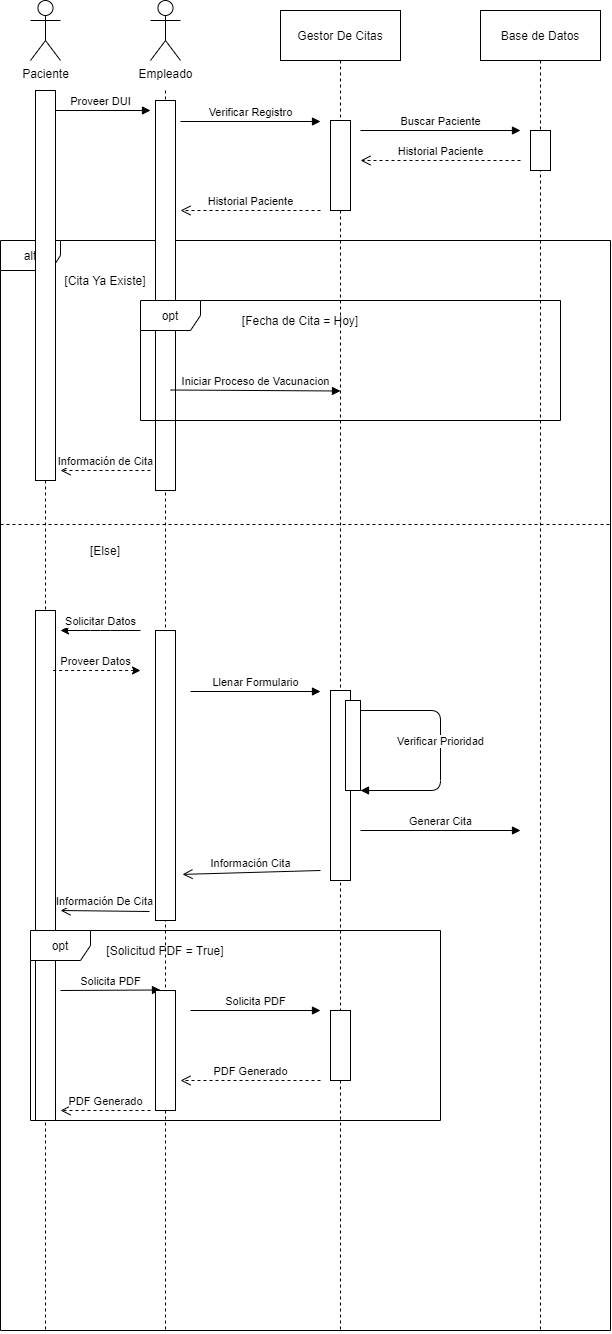
This is Diagramas/UML_Secuencias_AgendarPrimeraCita.png from Peraza32/ProyectoFinal_BDD_POO, a draw.io export, as it was before one commit. Source tidied: cells renumbered, new cells last; positions are measured from the earlier drawing's top-left corner, leaving out a move shared by most shapes.
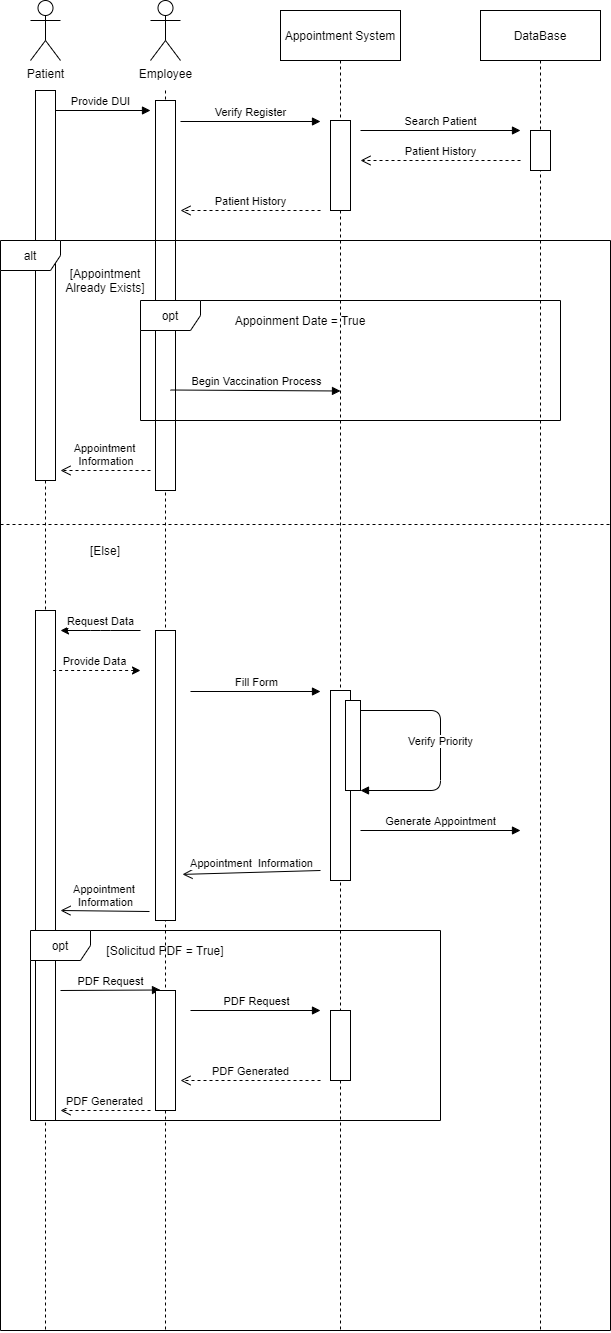
The same diagram one commit later.

What changed in the source:
```diff
@@ -2,203 +2,203 @@
   <root>
     <mxCell id="0" />
     <mxCell id="1" parent="0" />
-    <mxCell id="2" value="alt" style="shape=umlFrame;whiteSpace=wrap;html=1;" parent="1" vertex="1">
-      <mxGeometry y="240" width="610" height="1090" as="geometry" />
+    <mxCell id="2" style="edgeStyle=orthogonalEdgeStyle;rounded=0;orthogonalLoop=1;jettySize=auto;html=1;dashed=1;endArrow=none;endFill=0;" parent="1" edge="1">
+      <mxGeometry relative="1" as="geometry">
+        <mxPoint x="165" y="90" as="sourcePoint" />
+        <mxPoint x="165" y="1330" as="targetPoint" />
+        <Array as="points">
+          <mxPoint x="165" y="1320" />
+        </Array>
+      </mxGeometry>
     </mxCell>
-    <mxCell id="3" style="edgeStyle=orthogonalEdgeStyle;rounded=0;orthogonalLoop=1;jettySize=auto;html=1;dashed=1;endArrow=none;endFill=0;" parent="1" edge="1">
-      <mxGeometry relative="1" as="geometry">
-        <mxPoint x="165" y="90" as="sourcePoint" />
-        <mxPoint x="165" y="1330" as="targetPoint" />
-        <Array as="points">
-          <mxPoint x="165" y="1320" />
-        </Array>
-      </mxGeometry>
+    <mxCell id="3" style="rounded=0;whiteSpace=wrap;html=1;" parent="1" vertex="1">
+      <mxGeometry x="155" y="100" width="20" height="390" as="geometry" />
     </mxCell>
-    <mxCell id="4" style="rounded=0;whiteSpace=wrap;html=1;" parent="1" vertex="1">
-      <mxGeometry x="155" y="100" width="20" height="390" as="geometry" />
+    <mxCell id="4" style="edgeStyle=orthogonalEdgeStyle;rounded=0;orthogonalLoop=1;jettySize=auto;html=1;dashed=1;endArrow=none;endFill=0;" parent="1" edge="1">
+      <mxGeometry relative="1" as="geometry">
+        <mxPoint x="45" y="90" as="sourcePoint" />
+        <mxPoint x="45" y="1330" as="targetPoint" />
+        <Array as="points">
+          <mxPoint x="45" y="130" />
+          <mxPoint x="45" y="130" />
+        </Array>
+      </mxGeometry>
     </mxCell>
-    <mxCell id="5" style="edgeStyle=orthogonalEdgeStyle;rounded=0;orthogonalLoop=1;jettySize=auto;html=1;dashed=1;endArrow=none;endFill=0;" parent="1" edge="1">
-      <mxGeometry relative="1" as="geometry">
-        <mxPoint x="45" y="90" as="sourcePoint" />
-        <mxPoint x="45" y="1330" as="targetPoint" />
-        <Array as="points">
-          <mxPoint x="45" y="130" />
-          <mxPoint x="45" y="130" />
-        </Array>
-      </mxGeometry>
+    <mxCell id="5" style="rounded=0;whiteSpace=wrap;html=1;" parent="1" vertex="1">
+      <mxGeometry x="35" y="610" width="20" height="510" as="geometry" />
     </mxCell>
-    <mxCell id="6" style="rounded=0;whiteSpace=wrap;html=1;" parent="1" vertex="1">
-      <mxGeometry x="35" y="610" width="20" height="510" as="geometry" />
+    <mxCell id="6" value="opt" style="shape=umlFrame;whiteSpace=wrap;html=1;" parent="1" vertex="1">
+      <mxGeometry x="30" y="930" width="410" height="190" as="geometry" />
     </mxCell>
-    <mxCell id="7" value="opt" style="shape=umlFrame;whiteSpace=wrap;html=1;" parent="1" vertex="1">
-      <mxGeometry x="30" y="930" width="410" height="190" as="geometry" />
+    <mxCell id="7" value="Patient" style="shape=umlActor;verticalLabelPosition=bottom;verticalAlign=top;html=1;" parent="1" vertex="1">
+      <mxGeometry x="30" width="30" height="60" as="geometry" />
     </mxCell>
-    <mxCell id="8" value="Paciente" style="shape=umlActor;verticalLabelPosition=bottom;verticalAlign=top;html=1;" parent="1" vertex="1">
-      <mxGeometry x="30" width="30" height="60" as="geometry" />
+    <mxCell id="8" value="Appointment System" style="shape=umlLifeline;perimeter=lifelinePerimeter;whiteSpace=wrap;html=1;size=50;" parent="1" vertex="1">
+      <mxGeometry x="280" y="10" width="120" height="1320" as="geometry" />
     </mxCell>
-    <mxCell id="9" value="Gestor De Citas" style="shape=umlLifeline;perimeter=lifelinePerimeter;whiteSpace=wrap;html=1;size=50;" parent="1" vertex="1">
-      <mxGeometry x="280" y="10" width="120" height="1320" as="geometry" />
+    <mxCell id="9" value="Search Patient" style="html=1;verticalAlign=bottom;endArrow=block;" parent="8" edge="1">
+      <mxGeometry relative="1" as="geometry">
+        <mxPoint x="80" y="120" as="sourcePoint" />
+        <mxPoint x="240" y="120" as="targetPoint" />
+      </mxGeometry>
     </mxCell>
-    <mxCell id="10" value="Buscar Paciente" style="html=1;verticalAlign=bottom;endArrow=block;" parent="9" edge="1">
-      <mxGeometry relative="1" as="geometry">
-        <mxPoint x="80" y="120" as="sourcePoint" />
-        <mxPoint x="240" y="120" as="targetPoint" />
-      </mxGeometry>
+    <mxCell id="10" value="Employee" style="shape=umlActor;verticalLabelPosition=bottom;verticalAlign=top;html=1;" parent="1" vertex="1">
+      <mxGeometry x="150" width="30" height="60" as="geometry" />
     </mxCell>
-    <mxCell id="11" value="Empleado" style="shape=umlActor;verticalLabelPosition=bottom;verticalAlign=top;html=1;" parent="1" vertex="1">
-      <mxGeometry x="150" width="30" height="60" as="geometry" />
+    <mxCell id="11" value="DataBase" style="shape=umlLifeline;perimeter=lifelinePerimeter;whiteSpace=wrap;html=1;size=50;" parent="1" vertex="1">
+      <mxGeometry x="480" y="10" width="120" height="1320" as="geometry" />
     </mxCell>
-    <mxCell id="12" value="Base de Datos" style="shape=umlLifeline;perimeter=lifelinePerimeter;whiteSpace=wrap;html=1;size=50;" parent="1" vertex="1">
-      <mxGeometry x="480" y="10" width="120" height="1320" as="geometry" />
+    <mxCell id="12" value="Provide DUI" style="html=1;verticalAlign=bottom;endArrow=block;" parent="1" edge="1">
+      <mxGeometry relative="1" as="geometry">
+        <mxPoint x="50" y="110" as="sourcePoint" />
+        <mxPoint x="150" y="110" as="targetPoint" />
+      </mxGeometry>
     </mxCell>
-    <mxCell id="13" value="Proveer DUI" style="html=1;verticalAlign=bottom;endArrow=block;" parent="1" edge="1">
+    <mxCell id="13" value="Verify Register" style="html=1;verticalAlign=bottom;endArrow=block;" parent="1" edge="1">
       <mxGeometry relative="1" as="geometry">
-        <mxPoint x="50" y="110" as="sourcePoint" />
-        <mxPoint x="150" y="110" as="targetPoint" />
+        <mxPoint x="180" y="121" as="sourcePoint" />
+        <mxPoint x="320" y="121" as="targetPoint" />
       </mxGeometry>
     </mxCell>
-    <mxCell id="14" value="Verificar Registro" style="html=1;verticalAlign=bottom;endArrow=block;" parent="1" edge="1">
+    <mxCell id="14" value="Patient History" style="html=1;verticalAlign=bottom;endArrow=open;dashed=1;endSize=8;" parent="1" edge="1">
       <mxGeometry relative="1" as="geometry">
-        <mxPoint x="180" y="121" as="sourcePoint" />
-        <mxPoint x="320" y="121" as="targetPoint" />
+        <mxPoint x="520" y="160" as="sourcePoint" />
+        <mxPoint x="360" y="160" as="targetPoint" />
       </mxGeometry>
     </mxCell>
-    <mxCell id="15" value="Historial Paciente" style="html=1;verticalAlign=bottom;endArrow=open;dashed=1;endSize=8;" parent="1" edge="1">
+    <mxCell id="15" value="Patient History" style="html=1;verticalAlign=bottom;endArrow=open;dashed=1;endSize=8;" parent="1" edge="1">
       <mxGeometry relative="1" as="geometry">
-        <mxPoint x="520" y="160" as="sourcePoint" />
-        <mxPoint x="360" y="160" as="targetPoint" />
+        <mxPoint x="320" y="210" as="sourcePoint" />
+        <mxPoint x="180" y="210" as="targetPoint" />
       </mxGeometry>
     </mxCell>
-    <mxCell id="16" value="Historial Paciente" style="html=1;verticalAlign=bottom;endArrow=open;dashed=1;endSize=8;" parent="1" edge="1">
-      <mxGeometry relative="1" as="geometry">
-        <mxPoint x="320" y="210" as="sourcePoint" />
-        <mxPoint x="180" y="210" as="targetPoint" />
-      </mxGeometry>
+    <mxCell id="16" value="[Appointment Already Exists]" style="text;html=1;strokeColor=none;fillColor=none;align=center;verticalAlign=middle;whiteSpace=wrap;rounded=0;" parent="1" vertex="1">
+      <mxGeometry x="50" y="270" width="110" height="20" as="geometry" />
     </mxCell>
-    <mxCell id="17" value="[Cita Ya Existe]" style="text;html=1;strokeColor=none;fillColor=none;align=center;verticalAlign=middle;whiteSpace=wrap;rounded=0;" parent="1" vertex="1">
-      <mxGeometry x="50" y="270" width="110" height="20" as="geometry" />
+    <mxCell id="17" value="opt" style="shape=umlFrame;whiteSpace=wrap;html=1;" parent="1" vertex="1">
+      <mxGeometry x="140" y="300" width="420" height="120" as="geometry" />
     </mxCell>
-    <mxCell id="18" value="opt" style="shape=umlFrame;whiteSpace=wrap;html=1;" parent="1" vertex="1">
-      <mxGeometry x="140" y="300" width="420" height="120" as="geometry" />
+    <mxCell id="18" value="Appoinment Date = True" style="text;html=1;strokeColor=none;fillColor=none;align=center;verticalAlign=middle;whiteSpace=wrap;rounded=0;" parent="1" vertex="1">
+      <mxGeometry x="230" y="310" width="140" height="20" as="geometry" />
     </mxCell>
-    <mxCell id="19" value="[Fecha de Cita = Hoy]" style="text;html=1;strokeColor=none;fillColor=none;align=center;verticalAlign=middle;whiteSpace=wrap;rounded=0;" parent="1" vertex="1">
-      <mxGeometry x="230" y="310" width="140" height="20" as="geometry" />
+    <mxCell id="19" value="Begin Vaccination Process" style="html=1;verticalAlign=bottom;endArrow=block;" parent="1" edge="1">
+      <mxGeometry relative="1" as="geometry">
+        <mxPoint x="170" y="389.5" as="sourcePoint" />
+        <mxPoint x="340" y="390.5" as="targetPoint" />
+      </mxGeometry>
     </mxCell>
-    <mxCell id="20" value="Iniciar Proceso de Vacunacion" style="html=1;verticalAlign=bottom;endArrow=block;" parent="1" edge="1">
+    <mxCell id="20" value="Appointment&lt;br&gt;&amp;nbsp;Information" style="html=1;verticalAlign=bottom;endArrow=open;dashed=1;endSize=8;" parent="1" edge="1">
       <mxGeometry relative="1" as="geometry">
-        <mxPoint x="170" y="389.5" as="sourcePoint" />
-        <mxPoint x="340" y="390.5" as="targetPoint" />
+        <mxPoint x="150" y="470" as="sourcePoint" />
+        <mxPoint x="60" y="470" as="targetPoint" />
       </mxGeometry>
     </mxCell>
-    <mxCell id="21" value="Información de Cita" style="html=1;verticalAlign=bottom;endArrow=open;dashed=1;endSize=8;" parent="1" edge="1">
-      <mxGeometry relative="1" as="geometry">
-        <mxPoint x="150" y="470" as="sourcePoint" />
-        <mxPoint x="60" y="470" as="targetPoint" />
-      </mxGeometry>
+    <mxCell id="21" style="line;strokeWidth=1;fillColor=none;align=left;verticalAlign=middle;spacingTop=-1;spacingLeft=3;spacingRight=3;labelPosition=right;dashed=1;" parent="1" vertex="1">
+      <mxGeometry y="520" width="610" height="8" as="geometry" />
     </mxCell>
-    <mxCell id="22" style="line;strokeWidth=1;fillColor=none;align=left;verticalAlign=middle;spacingTop=-1;spacingLeft=3;spacingRight=3;labelPosition=right;dashed=1;" parent="1" vertex="1">
-      <mxGeometry y="520" width="610" height="8" as="geometry" />
+    <mxCell id="22" value="[Else]" style="text;html=1;strokeColor=none;fillColor=none;align=center;verticalAlign=middle;whiteSpace=wrap;rounded=0;" parent="1" vertex="1">
+      <mxGeometry x="50" y="540" width="110" height="20" as="geometry" />
     </mxCell>
-    <mxCell id="23" value="[Else]" style="text;html=1;strokeColor=none;fillColor=none;align=center;verticalAlign=middle;whiteSpace=wrap;rounded=0;" parent="1" vertex="1">
-      <mxGeometry x="50" y="540" width="110" height="20" as="geometry" />
+    <mxCell id="23" value="Request Data" style="html=1;verticalAlign=bottom;endArrow=none;startArrow=classic;startFill=1;endFill=0;" parent="1" edge="1">
+      <mxGeometry relative="1" as="geometry">
+        <mxPoint x="60" y="630" as="sourcePoint" />
+        <mxPoint x="140" y="630" as="targetPoint" />
+        <Array as="points">
+          <mxPoint x="100" y="630" />
+        </Array>
+      </mxGeometry>
     </mxCell>
-    <mxCell id="24" value="Solicitar Datos" style="html=1;verticalAlign=bottom;endArrow=none;startArrow=classic;startFill=1;endFill=0;" parent="1" edge="1">
+    <mxCell id="24" value="Provide Data" style="html=1;verticalAlign=bottom;endArrow=none;dashed=1;endSize=8;startArrow=classic;startFill=1;endFill=0;" parent="1" edge="1">
       <mxGeometry relative="1" as="geometry">
-        <mxPoint x="60" y="630" as="sourcePoint" />
-        <mxPoint x="140" y="630" as="targetPoint" />
-        <Array as="points">
-          <mxPoint x="100" y="630" />
-        </Array>
+        <mxPoint x="140" y="670" as="sourcePoint" />
+        <mxPoint x="50" y="670" as="targetPoint" />
       </mxGeometry>
     </mxCell>
-    <mxCell id="25" value="Proveer Datos" style="html=1;verticalAlign=bottom;endArrow=none;dashed=1;endSize=8;startArrow=classic;startFill=1;endFill=0;" parent="1" edge="1">
+    <mxCell id="25" value="Fill Form" style="html=1;verticalAlign=bottom;endArrow=block;" parent="1" edge="1">
       <mxGeometry relative="1" as="geometry">
-        <mxPoint x="140" y="670" as="sourcePoint" />
-        <mxPoint x="50" y="670" as="targetPoint" />
+        <mxPoint x="190" y="691" as="sourcePoint" />
+        <mxPoint x="320" y="691" as="targetPoint" />
       </mxGeometry>
     </mxCell>
-    <mxCell id="26" value="Llenar Formulario" style="html=1;verticalAlign=bottom;endArrow=block;" parent="1" edge="1">
+    <mxCell id="26" value="Verify Priority" style="html=1;verticalAlign=bottom;endArrow=block;" parent="1" edge="1">
       <mxGeometry relative="1" as="geometry">
-        <mxPoint x="190" y="691" as="sourcePoint" />
-        <mxPoint x="320" y="691" as="targetPoint" />
+        <mxPoint x="360" y="710" as="sourcePoint" />
+        <mxPoint x="360" y="790" as="targetPoint" />
+        <Array as="points">
+          <mxPoint x="440" y="710" />
+          <mxPoint x="440" y="790" />
+        </Array>
       </mxGeometry>
     </mxCell>
-    <mxCell id="27" value="Verificar Prioridad" style="html=1;verticalAlign=bottom;endArrow=block;" parent="1" edge="1">
+    <mxCell id="27" value="Generate Appointment" style="html=1;verticalAlign=bottom;endArrow=block;" parent="1" edge="1">
       <mxGeometry relative="1" as="geometry">
-        <mxPoint x="360" y="710" as="sourcePoint" />
-        <mxPoint x="360" y="790" as="targetPoint" />
-        <Array as="points">
-          <mxPoint x="440" y="710" />
-          <mxPoint x="440" y="790" />
-        </Array>
+        <mxPoint x="360" y="830" as="sourcePoint" />
+        <mxPoint x="520" y="830" as="targetPoint" />
       </mxGeometry>
     </mxCell>
-    <mxCell id="28" value="Generar Cita" style="html=1;verticalAlign=bottom;endArrow=block;" parent="1" edge="1">
+    <mxCell id="28" value="Appointment&amp;nbsp; Information" style="html=1;verticalAlign=bottom;endArrow=open;endSize=8;entryX=1.35;entryY=0.841;entryDx=0;entryDy=0;entryPerimeter=0;" parent="1" edge="1" target="38">
       <mxGeometry relative="1" as="geometry">
-        <mxPoint x="360" y="830" as="sourcePoint" />
-        <mxPoint x="520" y="830" as="targetPoint" />
+        <mxPoint x="320" y="870" as="sourcePoint" />
       </mxGeometry>
     </mxCell>
-    <mxCell id="29" value="Información Cita" style="html=1;verticalAlign=bottom;endArrow=open;endSize=8;entryX=1.35;entryY=0.841;entryDx=0;entryDy=0;entryPerimeter=0;" parent="1" edge="1" target="39">
+    <mxCell id="29" value="Appointment &lt;br&gt;Information" style="html=1;verticalAlign=bottom;endArrow=open;endSize=8;exitX=-0.3;exitY=0.969;exitDx=0;exitDy=0;exitPerimeter=0;" parent="1" edge="1" source="38">
       <mxGeometry relative="1" as="geometry">
-        <mxPoint x="320" y="870" as="sourcePoint" />
+        <mxPoint x="60" y="910" as="targetPoint" />
       </mxGeometry>
     </mxCell>
-    <mxCell id="30" value="Información De Cita" style="html=1;verticalAlign=bottom;endArrow=open;endSize=8;exitX=-0.3;exitY=0.969;exitDx=0;exitDy=0;exitPerimeter=0;" parent="1" edge="1" source="39">
-      <mxGeometry relative="1" as="geometry">
-        <mxPoint x="60" y="910" as="targetPoint" />
-      </mxGeometry>
+    <mxCell id="30" value="[Solicitud PDF = True]" style="text;html=1;strokeColor=none;fillColor=none;align=center;verticalAlign=middle;whiteSpace=wrap;rounded=0;" parent="1" vertex="1">
+      <mxGeometry x="95" y="940" width="140" height="20" as="geometry" />
     </mxCell>
-    <mxCell id="31" value="[Solicitud PDF = True]" style="text;html=1;strokeColor=none;fillColor=none;align=center;verticalAlign=middle;whiteSpace=wrap;rounded=0;" parent="1" vertex="1">
-      <mxGeometry x="95" y="940" width="140" height="20" as="geometry" />
+    <mxCell id="31" value="PDF Request" style="html=1;verticalAlign=bottom;endArrow=block;" parent="1" edge="1">
+      <mxGeometry relative="1" as="geometry">
+        <mxPoint x="60" y="990" as="sourcePoint" />
+        <mxPoint x="160" y="989.5" as="targetPoint" />
+      </mxGeometry>
     </mxCell>
-    <mxCell id="32" value="Solicita PDF" style="html=1;verticalAlign=bottom;endArrow=block;" parent="1" edge="1">
+    <mxCell id="32" value="PDF Request" style="html=1;verticalAlign=bottom;endArrow=block;" parent="1" edge="1">
       <mxGeometry relative="1" as="geometry">
-        <mxPoint x="60" y="990" as="sourcePoint" />
-        <mxPoint x="160" y="989.5" as="targetPoint" />
+        <mxPoint x="190" y="1010" as="sourcePoint" />
+        <mxPoint x="320" y="1010" as="targetPoint" />
       </mxGeometry>
     </mxCell>
-    <mxCell id="33" value="Solicita PDF" style="html=1;verticalAlign=bottom;endArrow=block;" parent="1" edge="1">
+    <mxCell id="33" value="PDF Generated" style="html=1;verticalAlign=bottom;endArrow=open;dashed=1;endSize=8;" parent="1" edge="1">
       <mxGeometry relative="1" as="geometry">
-        <mxPoint x="190" y="1010" as="sourcePoint" />
-        <mxPoint x="320" y="1010" as="targetPoint" />
+        <mxPoint x="320" y="1080" as="sourcePoint" />
+        <mxPoint x="180" y="1080" as="targetPoint" />
       </mxGeometry>
     </mxCell>
-    <mxCell id="34" value="PDF Generado" style="html=1;verticalAlign=bottom;endArrow=open;dashed=1;endSize=8;" parent="1" edge="1">
+    <mxCell id="34" value="PDF Generated" style="html=1;verticalAlign=bottom;endArrow=open;dashed=1;endSize=8;" parent="1" edge="1">
       <mxGeometry relative="1" as="geometry">
-        <mxPoint x="320" y="1080" as="sourcePoint" />
-        <mxPoint x="180" y="1080" as="targetPoint" />
+        <mxPoint x="150" y="1110" as="sourcePoint" />
+        <mxPoint x="60" y="1110" as="targetPoint" />
       </mxGeometry>
     </mxCell>
-    <mxCell id="35" value="PDF Generado" style="html=1;verticalAlign=bottom;endArrow=open;dashed=1;endSize=8;" parent="1" edge="1">
-      <mxGeometry relative="1" as="geometry">
-        <mxPoint x="150" y="1110" as="sourcePoint" />
-        <mxPoint x="60" y="1110" as="targetPoint" />
-      </mxGeometry>
+    <mxCell id="35" style="rounded=0;whiteSpace=wrap;html=1;" parent="1" vertex="1">
+      <mxGeometry x="35" y="90" width="20" height="390" as="geometry" />
     </mxCell>
     <mxCell id="36" style="rounded=0;whiteSpace=wrap;html=1;" parent="1" vertex="1">
-      <mxGeometry x="35" y="90" width="20" height="390" as="geometry" />
+      <mxGeometry x="330" y="120" width="20" height="90" as="geometry" />
     </mxCell>
     <mxCell id="37" style="rounded=0;whiteSpace=wrap;html=1;" parent="1" vertex="1">
-      <mxGeometry x="330" y="120" width="20" height="90" as="geometry" />
+      <mxGeometry x="530" y="130" width="20" height="40" as="geometry" />
     </mxCell>
     <mxCell id="38" style="rounded=0;whiteSpace=wrap;html=1;" parent="1" vertex="1">
-      <mxGeometry x="530" y="130" width="20" height="40" as="geometry" />
+      <mxGeometry x="155" y="630" width="20" height="290" as="geometry" />
     </mxCell>
     <mxCell id="39" style="rounded=0;whiteSpace=wrap;html=1;" parent="1" vertex="1">
-      <mxGeometry x="155" y="630" width="20" height="290" as="geometry" />
+      <mxGeometry x="330" y="690" width="20" height="190" as="geometry" />
     </mxCell>
     <mxCell id="40" style="rounded=0;whiteSpace=wrap;html=1;" parent="1" vertex="1">
-      <mxGeometry x="330" y="690" width="20" height="190" as="geometry" />
+      <mxGeometry x="345" y="700" width="15" height="90" as="geometry" />
     </mxCell>
     <mxCell id="41" style="rounded=0;whiteSpace=wrap;html=1;" parent="1" vertex="1">
-      <mxGeometry x="345" y="700" width="15" height="90" as="geometry" />
+      <mxGeometry x="155" y="990" width="20" height="120" as="geometry" />
     </mxCell>
     <mxCell id="42" style="rounded=0;whiteSpace=wrap;html=1;" parent="1" vertex="1">
-      <mxGeometry x="155" y="990" width="20" height="120" as="geometry" />
+      <mxGeometry x="330" y="1010" width="20" height="70" as="geometry" />
     </mxCell>
-    <mxCell id="43" style="rounded=0;whiteSpace=wrap;html=1;" parent="1" vertex="1">
-      <mxGeometry x="330" y="1010" width="20" height="70" as="geometry" />
+    <mxCell id="43" value="alt" style="shape=umlFrame;whiteSpace=wrap;html=1;" parent="1" vertex="1">
+      <mxGeometry y="240" width="610" height="1090" as="geometry" />
     </mxCell>
   </root>
 </mxGraphModel>
```
